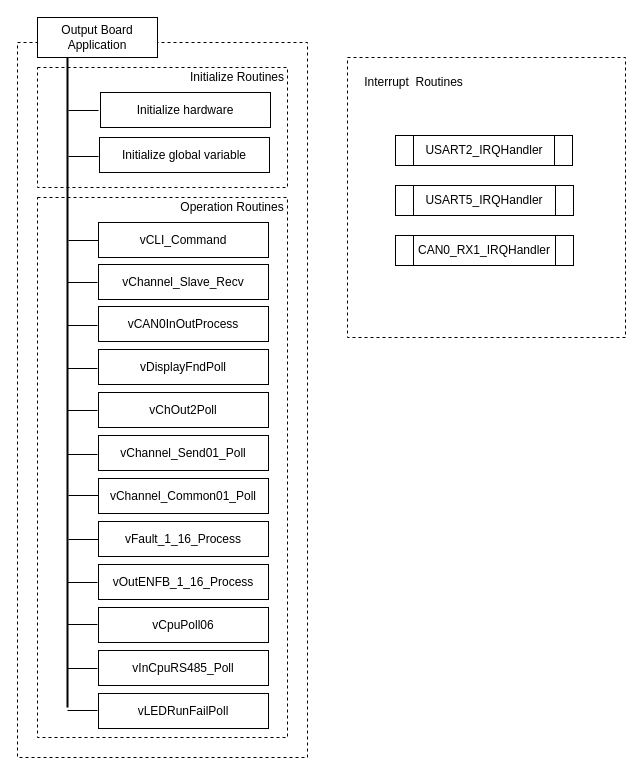
This is EABS/Document_Pack/Design/OUTPUT/eabs_output_hierarchy.drawio from chillin2/MyDraw.io, a draw.io file, before an edit. Source tidied: cells renumbered, new cells numbered last; positions are measured from the earlier drawing's top-left corner, leaving out a move shared by most shapes. Both pictures are drawn from the tidied source at 100%, with x=0, y=0 at pixel (17, 17).
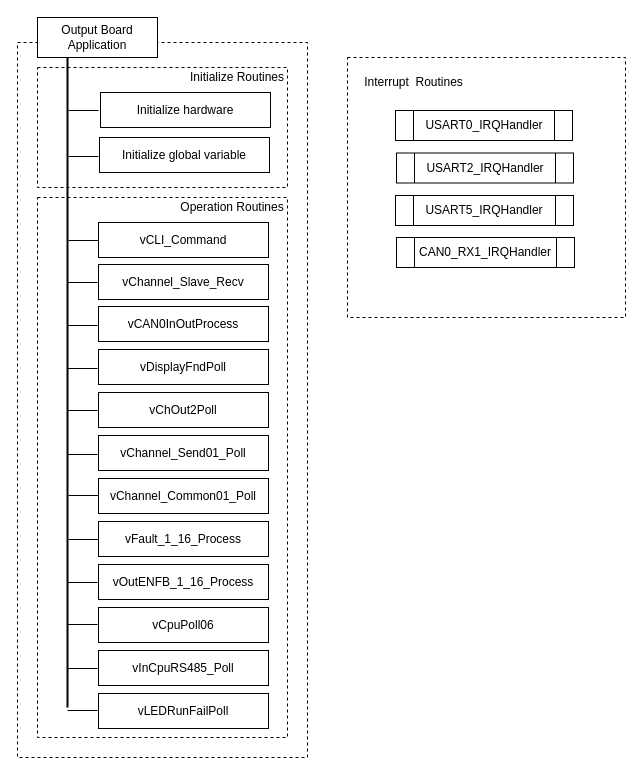
After the change.

What changed in the source:
```diff
@@
     <mxCell id="6" style="rounded=0;whiteSpace=wrap;html=1;dashed=1;" parent="1" vertex="1">
-      <mxGeometry x="330" y="40" width="278" height="280" as="geometry" />
+      <mxGeometry x="330" y="40" width="278" height="260" as="geometry" />
     </mxCell>
@@
     <mxCell id="8" value="USART2_IRQHandler" style="shape=process;whiteSpace=wrap;html=1;backgroundOutline=1;" parent="1" vertex="1">
-      <mxGeometry x="378" y="118" width="177" height="30" as="geometry" />
+      <mxGeometry x="379" y="135.5" width="177" height="30" as="geometry" />
     </mxCell>
@@
     <mxCell id="20" value="USART5_IRQHandler" style="shape=process;whiteSpace=wrap;html=1;backgroundOutline=1;" parent="1" vertex="1">
-      <mxGeometry x="378" y="168" width="178" height="30" as="geometry" />
+      <mxGeometry x="378" y="178" width="178" height="30" as="geometry" />
     </mxCell>
     <mxCell id="21" value="CAN0_RX1_IRQHandler" style="shape=process;whiteSpace=wrap;html=1;backgroundOutline=1;" parent="1" vertex="1">
-      <mxGeometry x="378" y="218" width="178" height="30" as="geometry" />
+      <mxGeometry x="379" y="220" width="178" height="30" as="geometry" />
     </mxCell>
@@
+    <mxCell id="42" value="USART0_IRQHandler" style="shape=process;whiteSpace=wrap;html=1;backgroundOutline=1;" parent="1" vertex="1">
+      <mxGeometry x="378" y="93" width="177" height="30" as="geometry" />
+    </mxCell>
```
